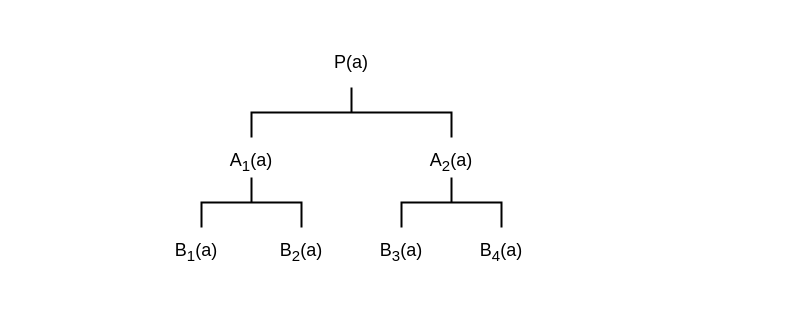
MateusdosAnjos/MAC0444 keeps this draw.io diagram as Lista 2/backward_2a.drawio. Above is the earlier version. Source tidied: cells renumbered, new cells numbered last; positions are measured from the earlier drawing's top-left corner, leaving out a move shared by most shapes. Both pictures are drawn from the tidied source at 100%, with x=0, y=0 at pixel (146, 12).
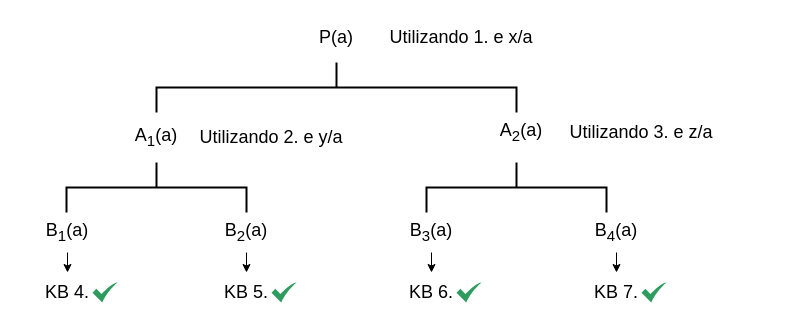
The same diagram, later.

Commit message (it also covers changes not shown here):
Adicionado imagem do diagrama 2-a)

Change to the diagram source:
```diff
@@
     <mxCell id="2" style="strokeWidth=2;html=1;shape=mxgraph.flowchart.annotation_2;align=left;rotation=90;" parent="1" vertex="1">
-      <mxGeometry x="180" width="50" height="200" as="geometry" />
+      <mxGeometry x="165" y="-105" width="50" height="360" as="geometry" />
     </mxCell>
     <mxCell id="3" value="P(a)" style="text;html=1;strokeColor=none;fillColor=none;align=center;verticalAlign=middle;whiteSpace=wrap;rounded=0;fontFamily=Helvetica;fontSize=18;" parent="1" vertex="1">
-      <mxGeometry x="155" y="30" width="100" height="40" as="geometry" />
+      <mxGeometry x="140" y="5" width="100" height="40" as="geometry" />
     </mxCell>
     <mxCell id="4" value="A&lt;sub&gt;1&lt;/sub&gt;(a)" style="text;html=1;strokeColor=none;fillColor=none;align=center;verticalAlign=middle;whiteSpace=wrap;rounded=0;fontFamily=Helvetica;fontSize=18;" parent="1" vertex="1">
-      <mxGeometry x="55" y="130" width="100" height="40" as="geometry" />
+      <mxGeometry x="-40" y="105" width="100" height="40" as="geometry" />
     </mxCell>
     <mxCell id="5" value="A&lt;sub&gt;2&lt;/sub&gt;(a)" style="text;html=1;strokeColor=none;fillColor=none;align=center;verticalAlign=middle;whiteSpace=wrap;rounded=0;fontFamily=Helvetica;fontSize=18;" parent="1" vertex="1">
-      <mxGeometry x="255" y="130" width="100" height="40" as="geometry" />
+      <mxGeometry x="325" y="100" width="100" height="40" as="geometry" />
     </mxCell>
     <mxCell id="6" style="strokeWidth=2;html=1;shape=mxgraph.flowchart.annotation_2;align=left;fontFamily=Helvetica;fontSize=18;rotation=90;" parent="1" vertex="1">
-      <mxGeometry x="80" y="140" width="50" height="100" as="geometry" />
+      <mxGeometry x="-15" y="85" width="50" height="180" as="geometry" />
     </mxCell>
     <mxCell id="7" style="strokeWidth=2;html=1;shape=mxgraph.flowchart.annotation_2;align=left;fontFamily=Helvetica;fontSize=18;rotation=90;" parent="1" vertex="1">
-      <mxGeometry x="280" y="140" width="50" height="100" as="geometry" />
+      <mxGeometry x="345" y="85" width="50" height="180" as="geometry" />
     </mxCell>
+    <mxCell id="12" style="edgeStyle=orthogonalEdgeStyle;rounded=0;jettySize=auto;html=1;exitX=0.5;exitY=1;exitDx=0;exitDy=0;fontFamily=Helvetica;fontSize=18;" parent="1" edge="1" source="8">
+      <mxGeometry relative="1" as="geometry">
+        <mxPoint x="-79" y="260" as="targetPoint" />
+      </mxGeometry>
+    </mxCell>
     <mxCell id="8" value="B&lt;sub&gt;1&lt;/sub&gt;(a)" style="text;html=1;strokeColor=none;fillColor=none;align=center;verticalAlign=middle;whiteSpace=wrap;rounded=0;fontFamily=Helvetica;fontSize=18;" parent="1" vertex="1">
-      <mxGeometry y="220" width="100" height="40" as="geometry" />
+      <mxGeometry x="-129" y="200" width="100" height="40" as="geometry" />
     </mxCell>
+    <mxCell id="13" style="edgeStyle=orthogonalEdgeStyle;rounded=0;jettySize=auto;html=1;exitX=0.5;exitY=1;exitDx=0;exitDy=0;fontFamily=Helvetica;fontSize=18;" parent="1" edge="1" source="9">
+      <mxGeometry relative="1" as="geometry">
+        <mxPoint x="100" y="260" as="targetPoint" />
+      </mxGeometry>
+    </mxCell>
     <mxCell id="9" value="B&lt;sub&gt;2&lt;/sub&gt;(a)" style="text;html=1;strokeColor=none;fillColor=none;align=center;verticalAlign=middle;whiteSpace=wrap;rounded=0;fontFamily=Helvetica;fontSize=18;" parent="1" vertex="1">
-      <mxGeometry x="105" y="220" width="100" height="40" as="geometry" />
+      <mxGeometry x="50" y="200" width="100" height="40" as="geometry" />
     </mxCell>
+    <mxCell id="14" style="edgeStyle=orthogonalEdgeStyle;rounded=0;jettySize=auto;html=1;exitX=0.5;exitY=1;exitDx=0;exitDy=0;fontFamily=Helvetica;fontSize=18;" parent="1" edge="1" source="10">
+      <mxGeometry relative="1" as="geometry">
+        <mxPoint x="285" y="260" as="targetPoint" />
+      </mxGeometry>
+    </mxCell>
     <mxCell id="10" value="B&lt;sub&gt;3&lt;/sub&gt;(a)" style="text;html=1;strokeColor=none;fillColor=none;align=center;verticalAlign=middle;whiteSpace=wrap;rounded=0;fontFamily=Helvetica;fontSize=18;" parent="1" vertex="1">
-      <mxGeometry x="205" y="220" width="100" height="40" as="geometry" />
+      <mxGeometry x="235" y="200" width="100" height="40" as="geometry" />
     </mxCell>
+    <mxCell id="15" style="edgeStyle=orthogonalEdgeStyle;rounded=0;jettySize=auto;html=1;exitX=0.5;exitY=1;exitDx=0;exitDy=0;fontFamily=Helvetica;fontSize=18;" parent="1" edge="1" source="11">
+      <mxGeometry relative="1" as="geometry">
+        <mxPoint x="470" y="260" as="targetPoint" />
+      </mxGeometry>
+    </mxCell>
     <mxCell id="11" value="B&lt;sub&gt;4&lt;/sub&gt;(a)" style="text;html=1;strokeColor=none;fillColor=none;align=center;verticalAlign=middle;whiteSpace=wrap;rounded=0;fontFamily=Helvetica;fontSize=18;" parent="1" vertex="1">
-      <mxGeometry x="305" y="220" width="100" height="40" as="geometry" />
+      <mxGeometry x="420" y="200" width="100" height="40" as="geometry" />
     </mxCell>
+    <mxCell id="16" value="Utilizando 1. e x/a" style="text;html=1;strokeColor=none;fillColor=none;align=center;verticalAlign=middle;whiteSpace=wrap;rounded=0;fontFamily=Helvetica;fontSize=18;" parent="1" vertex="1">
+      <mxGeometry x="165" y="5" width="300" height="40" as="geometry" />
+    </mxCell>
+    <mxCell id="17" value="Utilizando 3. e z/a" style="text;html=1;strokeColor=none;fillColor=none;align=center;verticalAlign=middle;whiteSpace=wrap;rounded=0;fontFamily=Helvetica;fontSize=18;" parent="1" vertex="1">
+      <mxGeometry x="345" y="100" width="300" height="40" as="geometry" />
+    </mxCell>
+    <mxCell id="18" value="Utilizando 2. e y/a" style="text;html=1;strokeColor=none;fillColor=none;align=center;verticalAlign=middle;whiteSpace=wrap;rounded=0;fontFamily=Helvetica;fontSize=18;" parent="1" vertex="1">
+      <mxGeometry x="-25" y="105" width="300" height="40" as="geometry" />
+    </mxCell>
+    <mxCell id="19" value="KB 4." style="text;html=1;strokeColor=none;fillColor=none;align=center;verticalAlign=middle;whiteSpace=wrap;rounded=0;fontFamily=Helvetica;fontSize=18;" parent="1" vertex="1">
+      <mxGeometry x="-129" y="260" width="100" height="40" as="geometry" />
+    </mxCell>
+    <mxCell id="20" value="KB 5." style="text;html=1;strokeColor=none;fillColor=none;align=center;verticalAlign=middle;whiteSpace=wrap;rounded=0;fontFamily=Helvetica;fontSize=18;" parent="1" vertex="1">
+      <mxGeometry x="50" y="260" width="100" height="40" as="geometry" />
+    </mxCell>
+    <mxCell id="21" value="KB 6." style="text;html=1;strokeColor=none;fillColor=none;align=center;verticalAlign=middle;whiteSpace=wrap;rounded=0;fontFamily=Helvetica;fontSize=18;" parent="1" vertex="1">
+      <mxGeometry x="235" y="260" width="100" height="40" as="geometry" />
+    </mxCell>
+    <mxCell id="22" value="KB 7." style="text;html=1;strokeColor=none;fillColor=none;align=center;verticalAlign=middle;whiteSpace=wrap;rounded=0;fontFamily=Helvetica;fontSize=18;" parent="1" vertex="1">
+      <mxGeometry x="420" y="260" width="100" height="40" as="geometry" />
+    </mxCell>
+    <mxCell id="23" style="html=1;strokeColor=none;shadow=0;align=center;verticalAlign=top;fillColor=#2D9C5E;shape=mxgraph.gcp2.check;fontFamily=Helvetica;fontSize=18;" parent="1" vertex="1">
+      <mxGeometry x="495" y="270" width="25" height="20" as="geometry" />
+    </mxCell>
+    <mxCell id="24" style="html=1;strokeColor=none;shadow=0;align=center;verticalAlign=top;fillColor=#2D9C5E;shape=mxgraph.gcp2.check;fontFamily=Helvetica;fontSize=18;" parent="1" vertex="1">
+      <mxGeometry x="310" y="270" width="25" height="20" as="geometry" />
+    </mxCell>
+    <mxCell id="25" style="html=1;strokeColor=none;shadow=0;align=center;verticalAlign=top;fillColor=#2D9C5E;shape=mxgraph.gcp2.check;fontFamily=Helvetica;fontSize=18;" parent="1" vertex="1">
+      <mxGeometry x="125" y="270" width="25" height="20" as="geometry" />
+    </mxCell>
+    <mxCell id="26" style="html=1;strokeColor=none;shadow=0;align=center;verticalAlign=top;fillColor=#2D9C5E;shape=mxgraph.gcp2.check;fontFamily=Helvetica;fontSize=18;" parent="1" vertex="1">
+      <mxGeometry x="-54" y="270" width="25" height="20" as="geometry" />
+    </mxCell>
```
